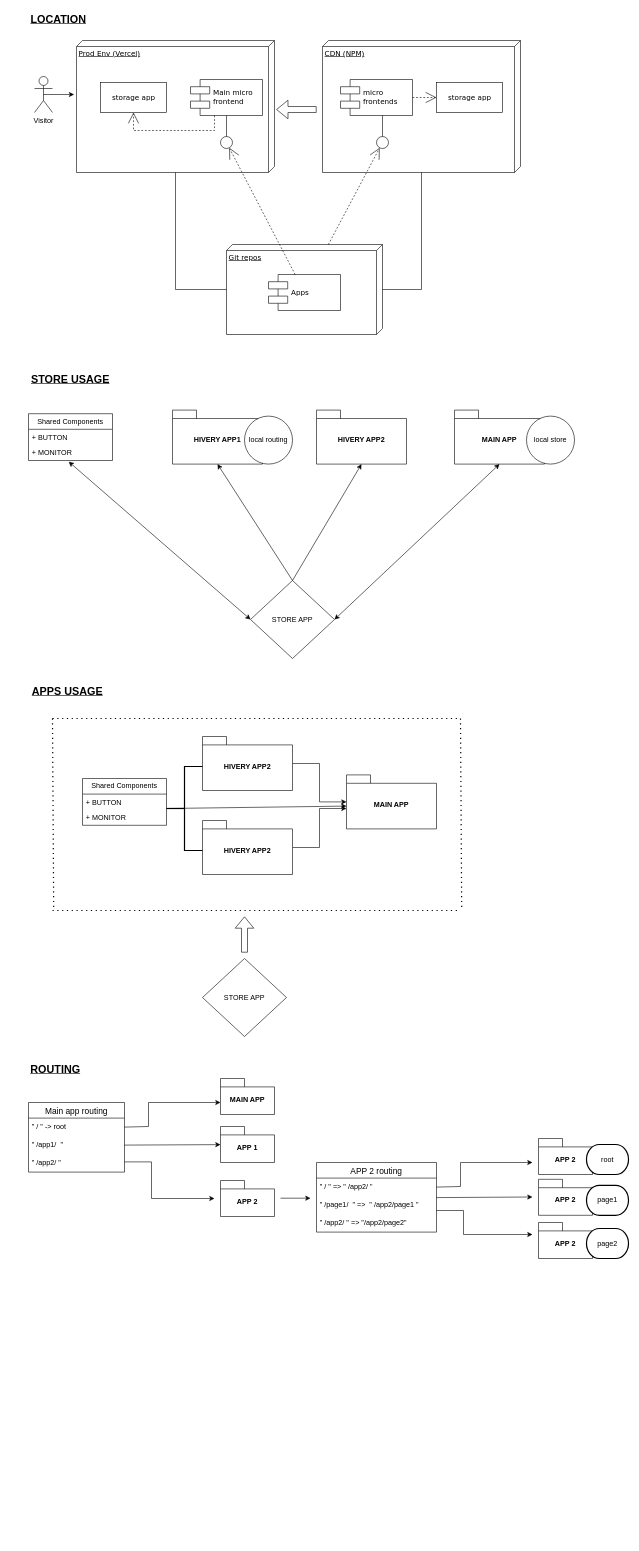
Before: Untitled Diagram.drawio in voloshyndmitry/hivery-micro-fe-app, a draw.io diagram. Source tidied: cells renumbered, new cells numbered last; positions are measured from the earlier drawing's top-left corner, leaving out a move shared by most shapes. Both pictures are drawn from the tidied source at 60%, with x=0, y=0 at pixel (10, 10).
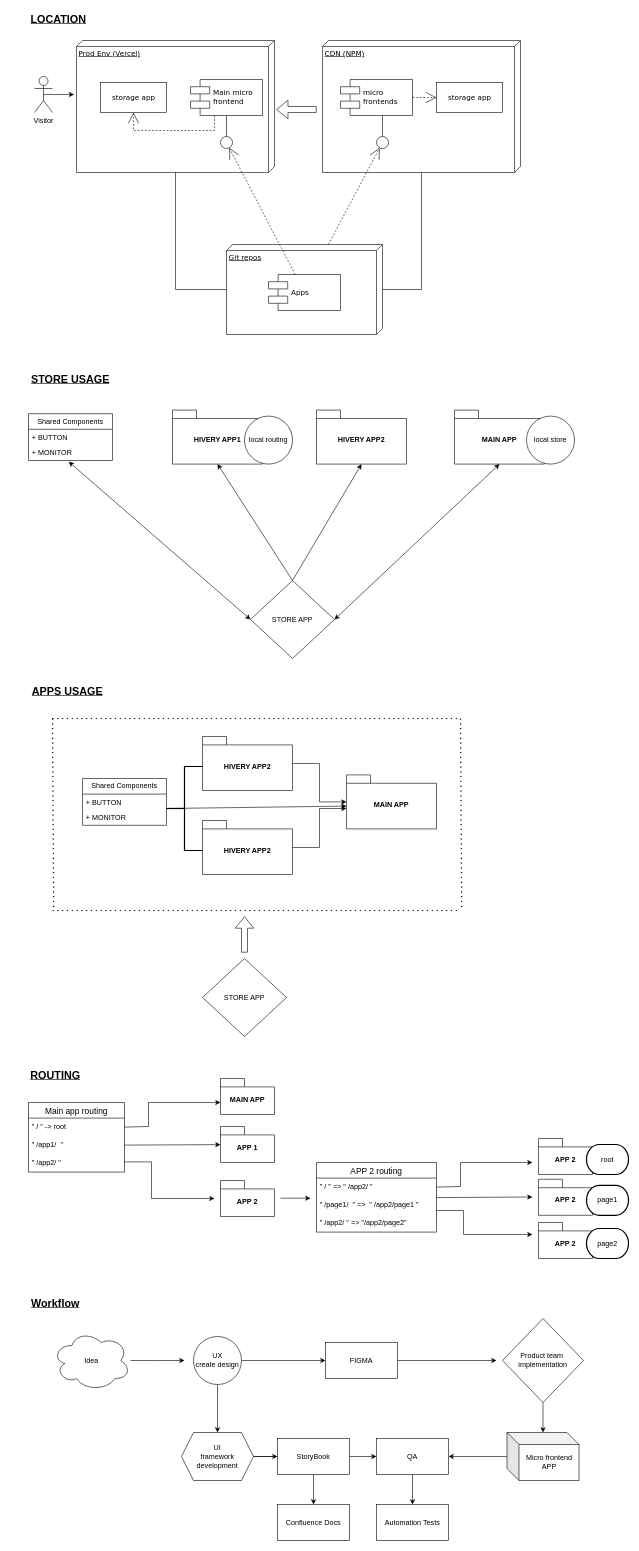
The same diagram, later.

What changed in the source:
```diff
@@
     <mxCell id="55" value="&lt;font size=&quot;4&quot;&gt;&lt;b&gt;&lt;u&gt;ROUTING&lt;/u&gt;&lt;/b&gt;&lt;/font&gt;" style="text;html=1;strokeColor=none;fillColor=none;align=center;verticalAlign=middle;whiteSpace=wrap;rounded=0;" parent="1" vertex="1">
-      <mxGeometry y="1750" width="150" height="30" as="geometry" />
+      <mxGeometry y="1760" width="150" height="30" as="geometry" />
     </mxCell>
@@
+    <mxCell id="80" value="&lt;font size=&quot;4&quot;&gt;&lt;b&gt;&lt;u&gt;Workflow&lt;/u&gt;&lt;/b&gt;&lt;/font&gt;" style="text;html=1;strokeColor=none;fillColor=none;align=center;verticalAlign=middle;whiteSpace=wrap;rounded=0;" parent="1" vertex="1">
+      <mxGeometry y="2140" width="150" height="30" as="geometry" />
+    </mxCell>
+    <mxCell id="81" style="edgeStyle=orthogonalEdgeStyle;rounded=0;jettySize=auto;html=1;" parent="1" edge="1" source="82">
+      <mxGeometry relative="1" as="geometry">
+        <mxPoint x="290" y="2250" as="targetPoint" />
+      </mxGeometry>
+    </mxCell>
+    <mxCell id="82" value="Idea" style="ellipse;shape=cloud;whiteSpace=wrap;html=1;align=center;" parent="1" vertex="1">
+      <mxGeometry x="70" y="2200" width="130" height="100" as="geometry" />
+    </mxCell>
+    <mxCell id="83" style="edgeStyle=orthogonalEdgeStyle;rounded=0;jettySize=auto;html=1;" parent="1" edge="1" source="85" target="88">
+      <mxGeometry relative="1" as="geometry" />
+    </mxCell>
+    <mxCell id="84" style="edgeStyle=orthogonalEdgeStyle;rounded=0;jettySize=auto;html=1;" parent="1" edge="1" source="85" target="94">
+      <mxGeometry relative="1" as="geometry" />
+    </mxCell>
+    <mxCell id="85" value="UX&lt;br&gt;create design" style="ellipse;whiteSpace=wrap;html=1;" parent="1" vertex="1">
+      <mxGeometry x="305" y="2210" width="80" height="80" as="geometry" />
+    </mxCell>
+    <mxCell id="86" style="edgeStyle=orthogonalEdgeStyle;rounded=0;jettySize=auto;html=1;" parent="1" edge="1" source="88" target="96">
+      <mxGeometry relative="1" as="geometry" />
+    </mxCell>
+    <mxCell id="87" style="edgeStyle=orthogonalEdgeStyle;rounded=0;jettySize=auto;html=1;" parent="1" edge="1" source="88" target="97">
+      <mxGeometry relative="1" as="geometry" />
+    </mxCell>
+    <mxCell id="88" value="UI&lt;br&gt;framework development" style="shape=hexagon;perimeter=hexagonPerimeter2;whiteSpace=wrap;html=1;fixedSize=1;" parent="1" vertex="1">
+      <mxGeometry x="285" y="2370" width="120" height="80" as="geometry" />
+    </mxCell>
+    <mxCell id="89" style="edgeStyle=orthogonalEdgeStyle;rounded=0;jettySize=auto;html=1;" parent="1" edge="1" source="90" target="100">
+      <mxGeometry relative="1" as="geometry" />
+    </mxCell>
+    <mxCell id="90" value="Product team&amp;nbsp;&lt;br&gt;implementation" style="rhombus;whiteSpace=wrap;html=1;" parent="1" vertex="1">
+      <mxGeometry x="820" y="2180" width="135" height="140" as="geometry" />
+    </mxCell>
+    <mxCell id="91" style="edgeStyle=orthogonalEdgeStyle;rounded=0;jettySize=auto;html=1;" parent="1" edge="1" source="92" target="98">
+      <mxGeometry relative="1" as="geometry" />
+    </mxCell>
+    <mxCell id="92" value="QA" style="whiteSpace=wrap;html=1;" parent="1" vertex="1">
+      <mxGeometry x="610" y="2380" width="120" height="60" as="geometry" />
+    </mxCell>
+    <mxCell id="93" style="edgeStyle=orthogonalEdgeStyle;rounded=0;jettySize=auto;html=1;" parent="1" edge="1" source="94">
+      <mxGeometry relative="1" as="geometry">
+        <mxPoint x="810" y="2250" as="targetPoint" />
+      </mxGeometry>
+    </mxCell>
+    <mxCell id="94" value="FIGMA" style="whiteSpace=wrap;html=1;" parent="1" vertex="1">
+      <mxGeometry x="525" y="2220" width="120" height="60" as="geometry" />
+    </mxCell>
+    <mxCell id="95" style="edgeStyle=orthogonalEdgeStyle;rounded=0;jettySize=auto;html=1;" parent="1" edge="1" source="96" target="92">
+      <mxGeometry relative="1" as="geometry" />
+    </mxCell>
+    <mxCell id="96" value="StoryBook" style="whiteSpace=wrap;html=1;" parent="1" vertex="1">
+      <mxGeometry x="445" y="2380" width="120" height="60" as="geometry" />
+    </mxCell>
+    <mxCell id="97" value="Confluence Docs" style="whiteSpace=wrap;html=1;" parent="1" vertex="1">
+      <mxGeometry x="445" y="2490" width="120" height="60" as="geometry" />
+    </mxCell>
+    <mxCell id="98" value="Automation Tests" style="whiteSpace=wrap;html=1;" parent="1" vertex="1">
+      <mxGeometry x="610" y="2490" width="120" height="60" as="geometry" />
+    </mxCell>
+    <mxCell id="99" style="edgeStyle=orthogonalEdgeStyle;rounded=0;jettySize=auto;html=1;" parent="1" edge="1" source="100" target="92">
+      <mxGeometry relative="1" as="geometry" />
+    </mxCell>
+    <mxCell id="100" value="Micro frontend APP" style="shape=cube;whiteSpace=wrap;html=1;boundedLbl=1;backgroundOutline=1;darkOpacity=0.05;darkOpacity2=0.1;" parent="1" vertex="1">
+      <mxGeometry x="827.5" y="2370" width="120" height="80" as="geometry" />
+    </mxCell>
```
